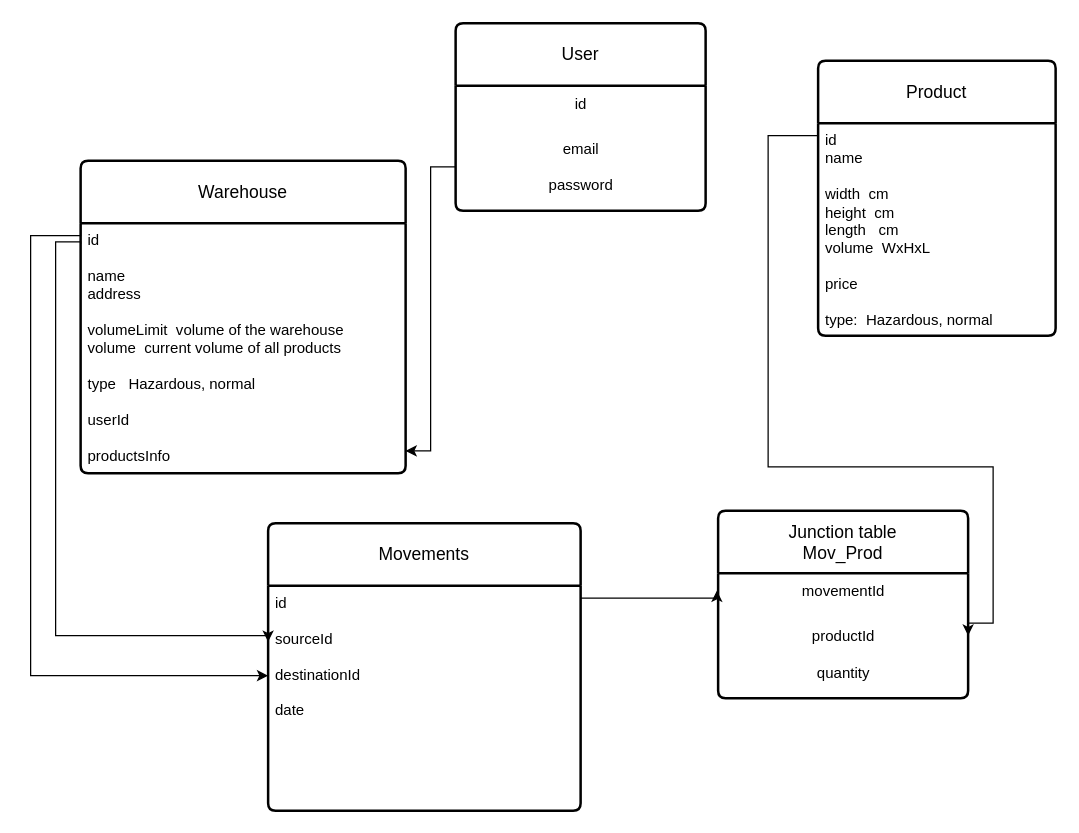
The draw.io diagram rest-api/database model.drawio in NikolaSL00/NikolaSL00-FPYaraIntern_2023, before the edit. Source tidied: cells renumbered, new cells numbered last; positions are measured from the earlier drawing's top-left corner, leaving out a move shared by most shapes. Both pictures are drawn from the tidied source at 125%, with x=0, y=0 at pixel (30, 22).
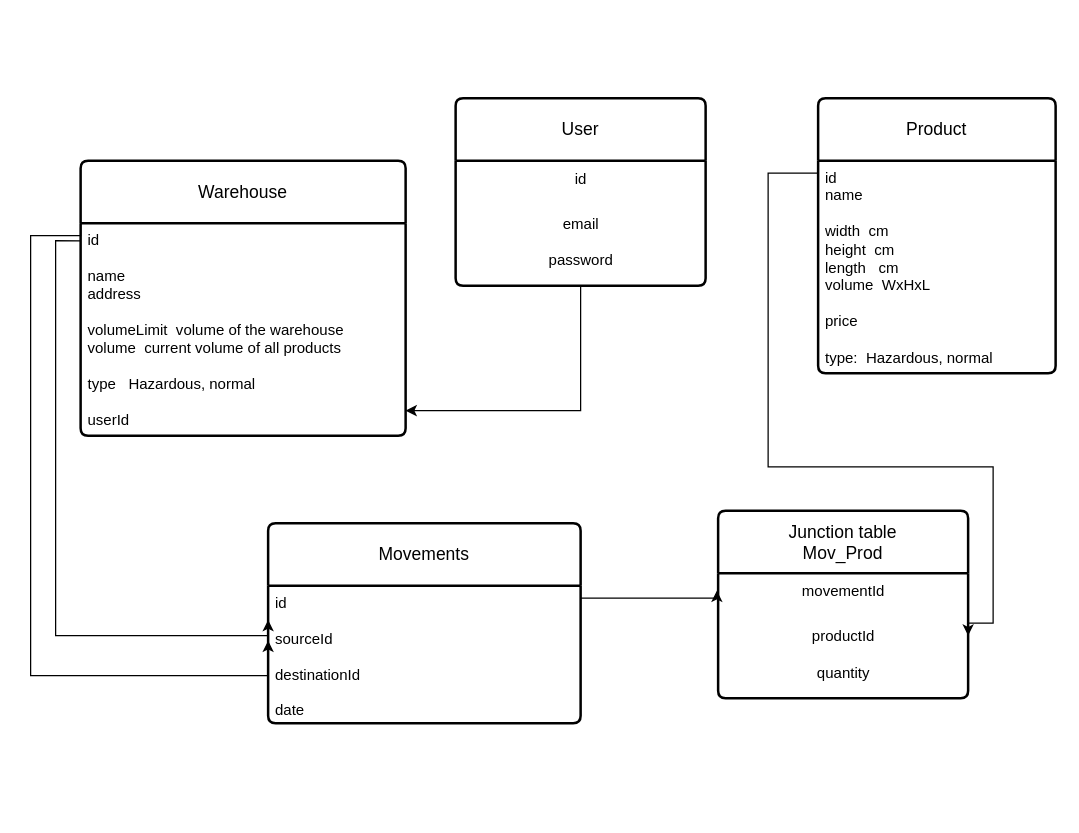
After the change.

Commit message:
removed unnecessary prop of db model

Unchanged cells that the change refers to:
```xml
<mxCell id="4" value="id&lt;br&gt;name&lt;br&gt;&lt;br&gt;width&lt;span style=&quot;white-space: pre;&quot;&gt; &lt;/span&gt;&lt;span style=&quot;white-space: pre;&quot;&gt; &lt;/span&gt;cm&lt;br&gt;height&lt;span style=&quot;white-space: pre;&quot;&gt; &lt;/span&gt;&lt;span style=&quot;white-space: pre;&quot;&gt; &lt;/span&gt;cm&lt;br&gt;length&amp;nbsp;&lt;span style=&quot;white-space: pre;&quot;&gt; &lt;/span&gt;&lt;span style=&quot;white-space: pre;&quot;&gt; &lt;/span&gt;cm&lt;br&gt;volume&lt;span style=&quot;white-space: pre;&quot;&gt; &lt;span style=&quot;white-space: pre;&quot;&gt; &lt;/span&gt;&lt;/span&gt;WxHxL&lt;br&gt;&lt;br&gt;price&lt;br&gt;&lt;br&gt;type:&amp;nbsp;&lt;span style=&quot;white-space: pre;&quot;&gt; &lt;/span&gt;Hazardous, normal" style="align=left;strokeColor=none;fillColor=none;spacingLeft=4;fontSize=12;verticalAlign=top;html=1;" parent="2" vertex="1">
  <mxGeometry y="50" width="190" height="170" as="geometry" />
</mxCell>
<mxCell id="9" value="email&lt;br&gt;&lt;br&gt;password" style="text;html=1;align=center;verticalAlign=middle;points=[];strokeColor=none;fillColor=none;" parent="7" vertex="1">
  <mxGeometry y="80" width="200" height="70" as="geometry" />
</mxCell>
<mxCell id="15" value="productId&lt;br&gt;&lt;br&gt;quantity" style="text;html=1;align=center;verticalAlign=middle;points=[];strokeColor=none;fillColor=none;" parent="13" vertex="1">
  <mxGeometry y="80" width="200" height="70" as="geometry" />
</mxCell>
```

Diff of the diagram source:
```diff
@@
     <mxCell id="2" value="Product" style="swimlane;horizontal=1;startSize=50;rounded=1;fontSize=14;fontStyle=0;strokeWidth=2;shadow=0;dashed=0;align=center;arcSize=4;whiteSpace=wrap;html=1;" parent="1" vertex="1">
-      <mxGeometry x="630" y="30" width="190" height="220" as="geometry" />
+      <mxGeometry x="630" y="60" width="190" height="220" as="geometry" />
     </mxCell>
@@
     <mxCell id="5" value="Warehouse" style="swimlane;horizontal=1;startSize=50;rounded=1;fontSize=14;fontStyle=0;strokeWidth=2;shadow=0;dashed=0;align=center;arcSize=4;whiteSpace=wrap;html=1;" parent="1" vertex="1">
-      <mxGeometry x="40" y="110" width="260" height="250" as="geometry" />
+      <mxGeometry x="40" y="110" width="260" height="220" as="geometry" />
     </mxCell>
-    <mxCell id="6" value="id&lt;br&gt;&lt;br&gt;name&lt;br&gt;address&lt;br&gt;&lt;br&gt;volumeLimit&amp;nbsp;&lt;span style=&quot;white-space: pre;&quot;&gt; v&lt;/span&gt;olume of the warehouse&lt;br&gt;volume&lt;span style=&quot;white-space: pre;&quot;&gt; &lt;span style=&quot;white-space: pre;&quot;&gt; &lt;/span&gt;c&lt;/span&gt;urrent volume of all products&lt;br&gt;&lt;br&gt;type&amp;nbsp;&lt;span style=&quot;white-space: pre;&quot;&gt; &lt;/span&gt;&lt;span style=&quot;white-space: pre;&quot;&gt; &lt;/span&gt;Hazardous, normal&lt;br&gt;&lt;br&gt;userId&lt;br&gt;&lt;br&gt;productsInfo" style="align=left;strokeColor=none;fillColor=none;spacingLeft=4;fontSize=12;verticalAlign=top;html=1;" parent="5" vertex="1">
-      <mxGeometry y="50" width="260" height="200" as="geometry" />
+    <mxCell id="6" value="id&lt;br&gt;&lt;br&gt;name&lt;br&gt;address&lt;br&gt;&lt;br&gt;volumeLimit&amp;nbsp;&lt;span style=&quot;white-space: pre;&quot;&gt; v&lt;/span&gt;olume of the warehouse&lt;br&gt;volume&lt;span style=&quot;white-space: pre;&quot;&gt; &lt;span style=&quot;white-space: pre;&quot;&gt; &lt;/span&gt;c&lt;/span&gt;urrent volume of all products&lt;br&gt;&lt;br&gt;type&amp;nbsp;&lt;span style=&quot;white-space: pre;&quot;&gt; &lt;/span&gt;&lt;span style=&quot;white-space: pre;&quot;&gt; &lt;/span&gt;Hazardous, normal&lt;br&gt;&lt;br&gt;userId" style="align=left;strokeColor=none;fillColor=none;spacingLeft=4;fontSize=12;verticalAlign=top;html=1;" parent="5" vertex="1">
+      <mxGeometry y="50" width="260" height="170" as="geometry" />
     </mxCell>
     <mxCell id="7" value="User" style="swimlane;horizontal=1;startSize=50;rounded=1;fontSize=14;fontStyle=0;strokeWidth=2;shadow=0;dashed=0;align=center;arcSize=4;whiteSpace=wrap;html=1;" parent="1" vertex="1">
-      <mxGeometry x="340" width="200" height="150" as="geometry" />
+      <mxGeometry x="340" y="60" width="200" height="150" as="geometry" />
     </mxCell>
@@
-    <mxCell id="10" style="edgeStyle=orthogonalEdgeStyle;rounded=0;jettySize=auto;html=1;entryX=1;entryY=0.911;entryDx=0;entryDy=0;entryPerimeter=0;" parent="1" edge="1" source="9" target="6">
-      <mxGeometry relative="1" as="geometry" />
+    <mxCell id="10" style="edgeStyle=orthogonalEdgeStyle;rounded=0;jettySize=auto;html=1;" parent="1" edge="1" source="9">
+      <mxGeometry relative="1" as="geometry">
+        <mxPoint x="300" y="310" as="targetPoint" />
+        <Array as="points">
+          <mxPoint x="440" y="310" />
+        </Array>
+      </mxGeometry>
     </mxCell>
     <mxCell id="11" value="Movements" style="swimlane;horizontal=1;startSize=50;rounded=1;fontSize=14;fontStyle=0;strokeWidth=2;shadow=0;dashed=0;align=center;arcSize=4;whiteSpace=wrap;html=1;" parent="1" vertex="1">
-      <mxGeometry x="190" y="400" width="250" height="230" as="geometry" />
+      <mxGeometry x="190" y="400" width="250" height="160" as="geometry" />
     </mxCell>
     <mxCell id="12" value="id&lt;br&gt;&lt;br&gt;sourceId&lt;br&gt;&lt;br&gt;destinationId&lt;br&gt;&lt;br&gt;date" style="align=left;strokeColor=none;fillColor=none;spacingLeft=4;fontSize=12;verticalAlign=top;html=1;" parent="11" vertex="1">
-      <mxGeometry y="50" width="250" height="180" as="geometry" />
+      <mxGeometry y="50" width="250" height="110" as="geometry" />
     </mxCell>
@@
     <mxCell id="18" style="edgeStyle=orthogonalEdgeStyle;rounded=0;jettySize=auto;html=1;exitX=0;exitY=0.5;exitDx=0;exitDy=0;entryX=1;entryY=0.286;entryDx=0;entryDy=0;entryPerimeter=0;" parent="1" edge="1" source="4" target="15">
       <mxGeometry relative="1" as="geometry">
         <Array as="points">
-          <mxPoint x="630" y="90" />
-          <mxPoint x="590" y="90" />
+          <mxPoint x="630" y="120" />
+          <mxPoint x="590" y="120" />
           <mxPoint x="590" y="355" />
           <mxPoint x="770" y="355" />
           <mxPoint x="770" y="480" />
+          <mxPoint x="750" y="480" />
         </Array>
       </mxGeometry>
     </mxCell>
```
